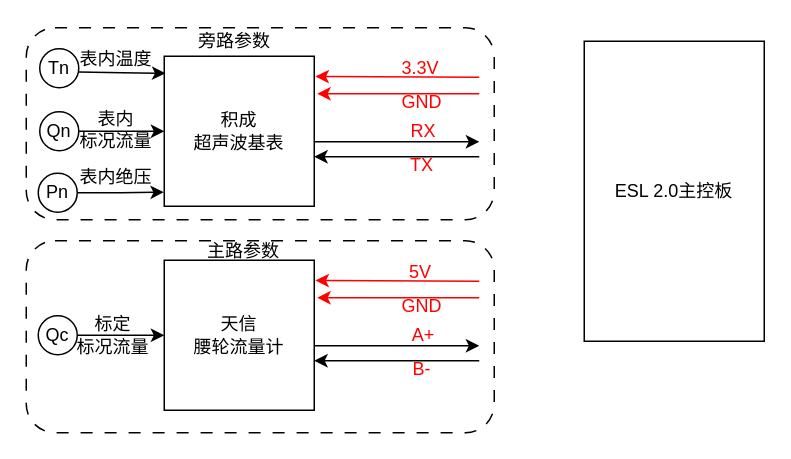
Before: 数据集采集方案.drawio in xudong8/draw-io, a draw.io diagram. Source tidied: cells renumbered, new cells numbered last; positions are measured from the earlier drawing's top-left corner, leaving out a move shared by most shapes. Both pictures are drawn from the tidied source at 150%, with x=0, y=0 at pixel (26, 26).
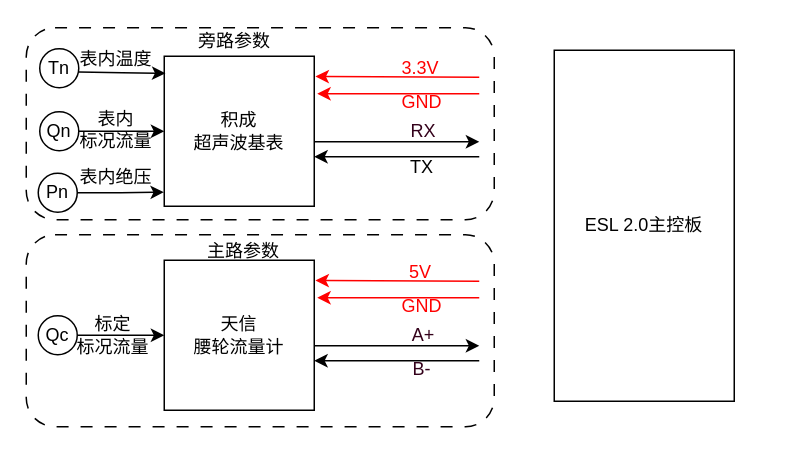
The same diagram, later.

Commit message (it also covers changes not shown here):
更新数据集采集方案.drawio

Change to the diagram source:
```diff
@@
     <mxCell id="2" style="rounded=1;whiteSpace=wrap;html=1;dashed=1;dashPattern=8 8;" parent="1" vertex="1">
-      <mxGeometry y="143" width="312" height="128" as="geometry" />
+      <mxGeometry y="139" width="312" height="128" as="geometry" />
     </mxCell>
@@
     <mxCell id="4" value="ESL 2.0主控板" style="rounded=0;whiteSpace=wrap;html=1;" parent="1" vertex="1">
-      <mxGeometry x="372" y="10" width="120" height="200" as="geometry" />
+      <mxGeometry x="352" y="16" width="120" height="234" as="geometry" />
     </mxCell>
@@
-    <mxCell id="12" value="RX" style="text;strokeColor=none;align=center;fillColor=none;html=1;verticalAlign=middle;whiteSpace=wrap;rounded=0;fontColor=#FF0000;" parent="1" vertex="1">
+    <mxCell id="12" value="RX" style="text;strokeColor=none;align=center;fillColor=none;html=1;verticalAlign=middle;whiteSpace=wrap;rounded=0;fontColor=#33001A;" parent="1" vertex="1">
       <mxGeometry x="250" y="65" width="30" height="10" as="geometry" />
     </mxCell>
-    <mxCell id="13" value="TX" style="text;strokeColor=none;align=center;fillColor=none;html=1;verticalAlign=middle;whiteSpace=wrap;rounded=0;fontColor=#FF0000;" parent="1" vertex="1">
-      <mxGeometry x="249" y="88" width="30" height="10" as="geometry" />
+    <mxCell id="13" value="TX" style="text;strokeColor=none;align=center;fillColor=none;html=1;verticalAlign=middle;whiteSpace=wrap;rounded=0;fontColor=#000000;" parent="1" vertex="1">
+      <mxGeometry x="249" y="89" width="30" height="10" as="geometry" />
     </mxCell>
@@
-    <mxCell id="21" value="A+" style="text;strokeColor=none;align=center;fillColor=none;html=1;verticalAlign=middle;whiteSpace=wrap;rounded=0;fontColor=#FF0000;" parent="1" vertex="1">
+    <mxCell id="21" value="A+" style="text;strokeColor=none;align=center;fillColor=none;html=1;verticalAlign=middle;whiteSpace=wrap;rounded=0;fontColor=#33001A;" parent="1" vertex="1">
       <mxGeometry x="250" y="201" width="30" height="10" as="geometry" />
     </mxCell>
-    <mxCell id="22" value="B-" style="text;strokeColor=none;align=center;fillColor=none;html=1;verticalAlign=middle;whiteSpace=wrap;rounded=0;fontColor=#FF0000;" parent="1" vertex="1">
+    <mxCell id="22" value="B-" style="text;strokeColor=none;align=center;fillColor=none;html=1;verticalAlign=middle;whiteSpace=wrap;rounded=0;fontColor=#33001A;" parent="1" vertex="1">
       <mxGeometry x="249" y="224" width="30" height="10" as="geometry" />
     </mxCell>
```
